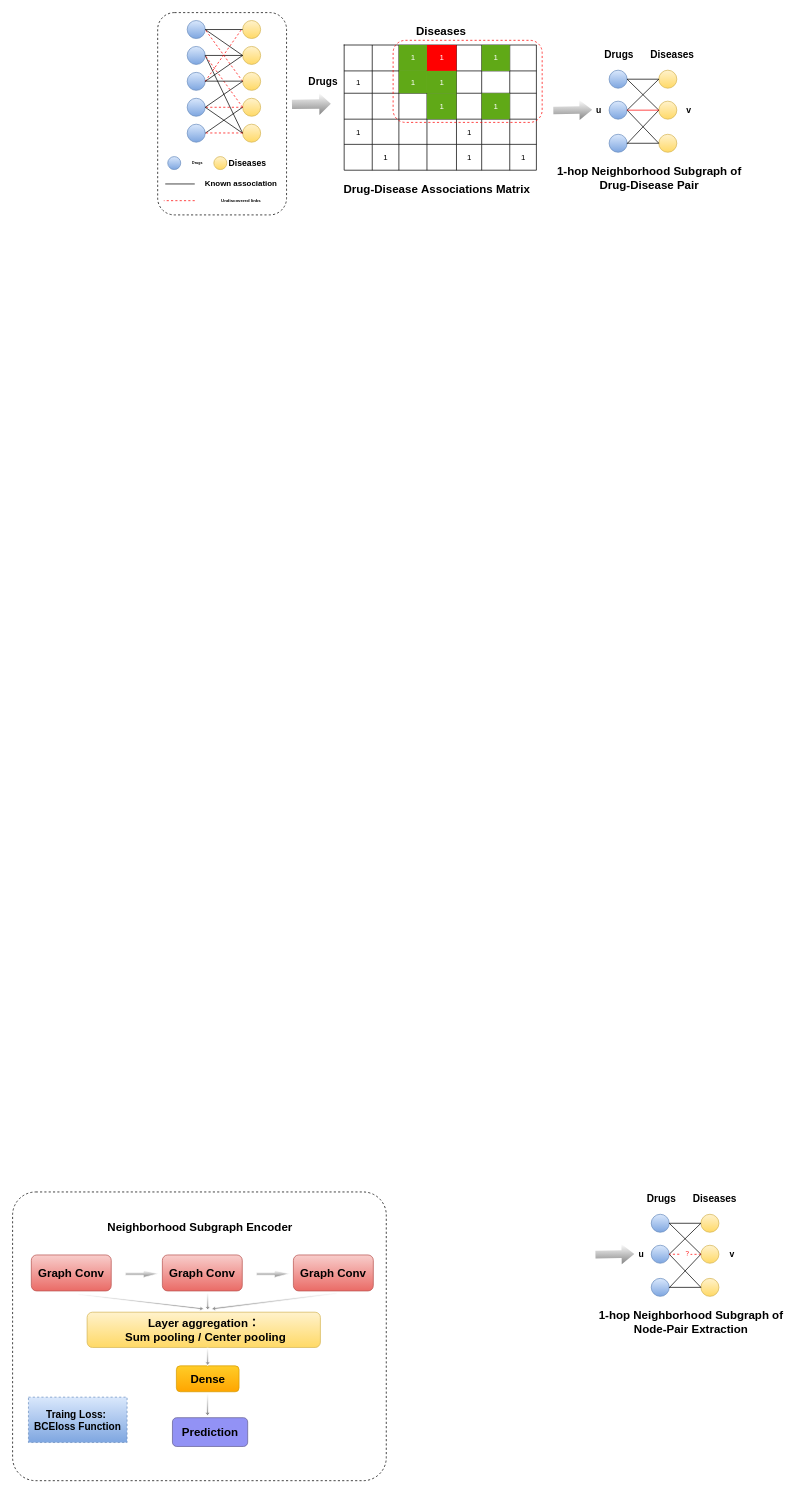
Earlier version of the draw.io diagram page "第 2 页" (2 of 4) of 未命名绘图.drawio (nanfengk/hello-world). Source tidied: cells renumbered, new cells numbered last; positions are measured from the earlier drawing's top-left corner, leaving out a move shared by most shapes. Both pictures are drawn from the tidied source at 72%, with x=0, y=0 at pixel (12, 12).
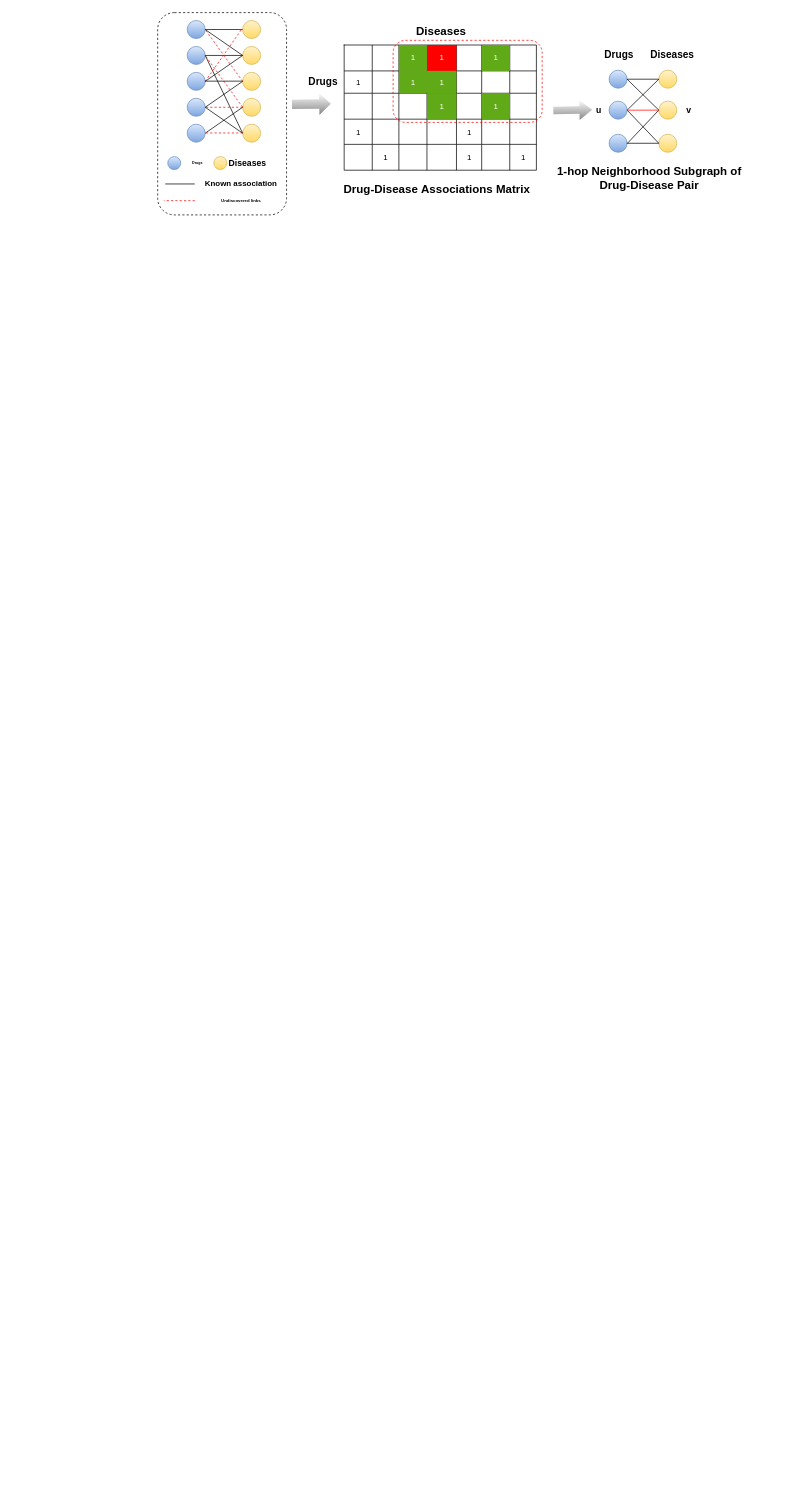
The same page after the edit.

Diff of the diagram source:
```diff
@@
-    <mxCell id="100" style="ellipse;whiteSpace=wrap;html=1;rounded=0;sketch=0;strokeWidth=1;fillColor=#dae8fc;strokeColor=#6c8ebf;gradientColor=#7ea6e0;" parent="1" vertex="1">
-      <mxGeometry x="887" y="1669" width="25" height="25" as="geometry" />
-    </mxCell>
-    <mxCell id="101" style="ellipse;whiteSpace=wrap;html=1;rounded=0;sketch=0;strokeWidth=1;fillColor=#fff2cc;strokeColor=#d6b656;gradientColor=#ffd966;" parent="1" vertex="1">
-      <mxGeometry x="956" y="1669" width="25" height="25" as="geometry" />
-    </mxCell>
-    <mxCell id="102" style="ellipse;whiteSpace=wrap;html=1;rounded=0;sketch=0;strokeWidth=1;fillColor=#dae8fc;strokeColor=#6c8ebf;gradientColor=#7ea6e0;" parent="1" vertex="1">
-      <mxGeometry x="887" y="1712" width="25" height="25" as="geometry" />
-    </mxCell>
-    <mxCell id="103" style="ellipse;whiteSpace=wrap;html=1;rounded=0;sketch=0;strokeWidth=1;fillColor=#dae8fc;strokeColor=#6c8ebf;gradientColor=#7ea6e0;" parent="1" vertex="1">
-      <mxGeometry x="887" y="1758" width="25" height="25" as="geometry" />
-    </mxCell>
-    <mxCell id="104" style="ellipse;whiteSpace=wrap;html=1;rounded=0;sketch=0;strokeWidth=1;fillColor=#fff2cc;strokeColor=#d6b656;gradientColor=#ffd966;" parent="1" vertex="1">
-      <mxGeometry x="956" y="1758" width="25" height="25" as="geometry" />
-    </mxCell>
-    <mxCell id="105" style="ellipse;whiteSpace=wrap;html=1;rounded=0;sketch=0;strokeWidth=1;fillColor=#fff2cc;strokeColor=#d6b656;gradientColor=#ffd966;" parent="1" vertex="1">
-      <mxGeometry x="956" y="1712" width="25" height="25" as="geometry" />
-    </mxCell>
-    <mxCell id="106" value="&lt;font color=&quot;#000000&quot;&gt;&lt;b&gt;u&lt;/b&gt;&lt;/font&gt;" style="text;html=1;align=center;verticalAlign=middle;strokeColor=none;fillColor=none;fontSize=12;fontColor=#FF0000;" parent="1" vertex="1">
-      <mxGeometry x="864" y="1715.5" width="17" height="18" as="geometry" />
-    </mxCell>
-    <mxCell id="107" value="&lt;font color=&quot;#000000&quot;&gt;&lt;b&gt;v&lt;/b&gt;&lt;/font&gt;" style="text;html=1;align=center;verticalAlign=middle;strokeColor=none;fillColor=none;fontSize=12;fontColor=#FF0000;" parent="1" vertex="1">
-      <mxGeometry x="990.5" y="1715.5" width="16" height="18" as="geometry" />
-    </mxCell>
-    <mxCell id="108" value="&lt;b&gt;&lt;font style=&quot;font-size: 14px&quot;&gt;Drugs&lt;/font&gt;&lt;/b&gt;" style="text;html=1;align=center;verticalAlign=middle;strokeColor=none;fillColor=none;fontSize=11;" parent="1" vertex="1">
-      <mxGeometry x="875.5" y="1638" width="50" height="17" as="geometry" />
-    </mxCell>
-    <mxCell id="109" value="&lt;b&gt;&lt;font style=&quot;font-size: 14px&quot;&gt;Diseases&lt;/font&gt;&lt;/b&gt;" style="text;html=1;align=center;verticalAlign=middle;strokeColor=none;fillColor=none;fontSize=11;" parent="1" vertex="1">
-      <mxGeometry x="939" y="1638" width="71" height="17" as="geometry" />
-    </mxCell>
-    <mxCell id="110" style="endArrow=none;html=1;rounded=1;labelBackgroundColor=none;sketch=0;fontSize=12;fontColor=#000000;strokeColor=#000000;strokeWidth=1;curved=0;exitX=0;exitY=0.5;exitDx=0;exitDy=0;entryX=1;entryY=0.5;entryDx=0;entryDy=0;" parent="1" edge="1" source="104" target="103">
-      <mxGeometry relative="1" as="geometry" />
-    </mxCell>
-    <mxCell id="111" style="endArrow=none;html=1;rounded=1;labelBackgroundColor=none;sketch=0;fontSize=12;fontColor=#000000;strokeColor=#000000;strokeWidth=1;curved=0;exitX=0;exitY=0.5;exitDx=0;exitDy=0;entryX=1;entryY=0.5;entryDx=0;entryDy=0;" parent="1" edge="1" source="101" target="102">
-      <mxGeometry relative="1" as="geometry" />
-    </mxCell>
-    <mxCell id="112" style="endArrow=none;html=1;rounded=1;labelBackgroundColor=none;sketch=0;fontSize=12;fontColor=#000000;strokeColor=#000000;strokeWidth=1;curved=0;exitX=0;exitY=0.5;exitDx=0;exitDy=0;entryX=1;entryY=0.5;entryDx=0;entryDy=0;" parent="1" edge="1" source="104" target="102">
-      <mxGeometry relative="1" as="geometry" />
-    </mxCell>
-    <mxCell id="113" style="endArrow=none;html=1;rounded=1;labelBackgroundColor=none;sketch=0;fontSize=12;fontColor=#000000;strokeColor=#000000;strokeWidth=1;curved=0;exitX=0;exitY=0.5;exitDx=0;exitDy=0;entryX=1;entryY=0.5;entryDx=0;entryDy=0;" parent="1" edge="1" source="101" target="100">
-      <mxGeometry relative="1" as="geometry" />
-    </mxCell>
-    <mxCell id="114" style="endArrow=none;html=1;rounded=1;labelBackgroundColor=none;sketch=0;fontSize=12;fontColor=#000000;strokeColor=#000000;strokeWidth=1;curved=0;exitX=0;exitY=0.5;exitDx=0;exitDy=0;entryX=1;entryY=0.5;entryDx=0;entryDy=0;" parent="1" edge="1" source="105" target="100">
-      <mxGeometry relative="1" as="geometry" />
-    </mxCell>
-    <mxCell id="115" style="endArrow=none;html=1;rounded=1;labelBackgroundColor=none;sketch=0;fontSize=12;fontColor=#000000;strokeColor=#000000;strokeWidth=1;curved=0;exitX=0;exitY=0.5;exitDx=0;exitDy=0;" parent="1" edge="1" source="105">
-      <mxGeometry relative="1" as="geometry">
-        <mxPoint x="912" y="1771" as="targetPoint" />
-      </mxGeometry>
-    </mxCell>
-    <mxCell id="116" style="endArrow=none;dashed=1;html=1;rounded=1;labelBackgroundColor=none;sketch=0;fontSize=9;fontColor=#FF0000;strokeColor=#FF0000;strokeWidth=1;curved=0;entryX=1;entryY=0.5;entryDx=0;entryDy=0;" parent="1" edge="1" source="118" target="102">
-      <mxGeometry relative="1" as="geometry" />
-    </mxCell>
-    <mxCell id="117" style="endArrow=none;dashed=1;html=1;rounded=1;labelBackgroundColor=none;sketch=0;fontSize=9;fontColor=#FF0000;strokeColor=#FF0000;strokeWidth=1;curved=0;entryX=0.973;entryY=0.6;entryDx=0;entryDy=0;exitX=0;exitY=0.5;exitDx=0;exitDy=0;entryPerimeter=0;" parent="1" edge="1" source="105">
-      <mxGeometry relative="1" as="geometry">
-        <mxPoint x="941.6" y="1724.7" as="targetPoint" />
-      </mxGeometry>
-    </mxCell>
-    <mxCell id="118" value="？" style="text;html=1;align=center;verticalAlign=middle;points=[];strokeColor=none;fillColor=none;fontSize=9;fontColor=#FF0000;" parent="1" vertex="1">
-      <mxGeometry x="926" y="1717" width="22" height="15" as="geometry" />
-    </mxCell>
-    <mxCell id="119" value="&lt;b&gt;&lt;font style=&quot;font-size: 16px&quot;&gt;&lt;font color=&quot;#000000&quot;&gt;1-hop&amp;nbsp;&lt;/font&gt;&lt;span style=&quot;color: rgb(0 , 0 , 0)&quot;&gt;Neighborhood Subgraph of &lt;br&gt;Node-Pair Extraction&lt;/span&gt;&lt;/font&gt;&lt;/b&gt;&lt;font color=&quot;#000000&quot;&gt;&lt;br&gt;&lt;/font&gt;" style="text;html=1;align=center;verticalAlign=middle;strokeColor=none;fillColor=none;fontSize=9;fontColor=#FF0000;" parent="1" vertex="1">
-      <mxGeometry x="809" y="1805" width="266" height="28" as="geometry" />
-    </mxCell>
-    <mxCell id="120" style="shape=flexArrow;endArrow=classic;html=1;rounded=1;labelBackgroundColor=none;sketch=0;fontSize=9;fontColor=#FF0000;strokeColor=none;strokeWidth=1;curved=0;fillColor=#858585;gradientColor=#ffffff;endWidth=16.380952380952383;endSize=5.576470588235295;width=10.588235294117647;gradientDirection=north;" parent="1" edge="1">
-      <mxGeometry relative="1" as="geometry">
-        <mxPoint x="809" y="1725" as="sourcePoint" />
-        <mxPoint x="864" y="1724" as="targetPoint" />
-      </mxGeometry>
-    </mxCell>
@@
-    <mxCell id="122" value="&lt;b&gt;&lt;font style=&quot;font-size: 16px&quot;&gt;Graph Conv&lt;/font&gt;&lt;/b&gt;" style="rounded=1;whiteSpace=wrap;html=1;shadow=0;sketch=0;fontSize=9;strokeColor=#b85450;strokeWidth=1;fillColor=#f8cecc;gradientColor=#ea6b66;" parent="1" vertex="1">
-      <mxGeometry x="26" y="1725.5" width="111" height="50" as="geometry" />
-    </mxCell>
-    <mxCell id="123" value="&lt;font style=&quot;font-size: 14px&quot;&gt;&lt;b&gt;Traing Loss:&amp;nbsp;&lt;/b&gt;&lt;br&gt;&lt;b&gt;BCEloss Function&lt;/b&gt;&lt;/font&gt;" style="rounded=0;whiteSpace=wrap;html=1;shadow=0;dashed=1;sketch=0;fontSize=9;strokeColor=#6c8ebf;strokeWidth=1;fillColor=#dae8fc;gradientColor=#7ea6e0;" parent="1" vertex="1">
-      <mxGeometry x="22" y="1923" width="137" height="63" as="geometry" />
-    </mxCell>
-    <mxCell id="124" style="shape=flexArrow;endArrow=classic;html=1;rounded=1;labelBackgroundColor=none;sketch=0;fontSize=9;fontColor=#000000;strokeColor=#FFFFFF;strokeWidth=1;fillColor=#858585;gradientColor=#ffffff;gradientDirection=north;curved=0;width=4.166666666666667;endSize=6.633333333333334;endWidth=4.861111111111111;" parent="1" edge="1">
-      <mxGeometry relative="1" as="geometry">
-        <mxPoint x="156" y="1751.7" as="sourcePoint" />
-        <mxPoint x="203" y="1751.7" as="targetPoint" />
-      </mxGeometry>
-    </mxCell>
-    <mxCell id="125" style="shape=flexArrow;endArrow=classic;html=1;rounded=1;labelBackgroundColor=none;sketch=0;fontSize=9;fontColor=#000000;strokeColor=#FFFFFF;strokeWidth=1;fillColor=#858585;gradientColor=#ffffff;gradientDirection=north;curved=0;width=4.166666666666667;endSize=6.633333333333334;endWidth=4.861111111111111;" parent="1" edge="1">
-      <mxGeometry relative="1" as="geometry">
-        <mxPoint x="338" y="1751.7" as="sourcePoint" />
-        <mxPoint x="385" y="1751.7" as="targetPoint" />
-      </mxGeometry>
-    </mxCell>
-    <mxCell id="126" style="endArrow=classic;html=1;rounded=1;labelBackgroundColor=none;sketch=0;fontSize=9;fontColor=#000000;strokeColor=#FFFFFF;strokeWidth=1;fillColor=#858585;gradientColor=#ffffff;gradientDirection=north;curved=0;startArrow=none;" parent="1" edge="1" source="127">
-      <mxGeometry relative="1" as="geometry">
-        <mxPoint x="293" y="1817.5" as="targetPoint" />
-      </mxGeometry>
-    </mxCell>
-    <mxCell id="127" value="&lt;b&gt;&lt;font style=&quot;font-size: 16px&quot;&gt;Layer aggregation：&lt;br&gt;&amp;nbsp;Sum pooling / Center pooling&lt;/font&gt;&lt;/b&gt;" style="rounded=1;whiteSpace=wrap;html=1;shadow=0;sketch=0;fontSize=9;strokeColor=#d6b656;strokeWidth=1;fillColor=#fff2cc;gradientColor=#ffd966;" parent="1" vertex="1">
-      <mxGeometry x="103.5" y="1805" width="324" height="49" as="geometry" />
-    </mxCell>
-    <mxCell id="128" value="&lt;b&gt;&lt;font style=&quot;font-size: 16px&quot;&gt;Dense&lt;/font&gt;&lt;/b&gt;" style="rounded=1;whiteSpace=wrap;html=1;shadow=0;sketch=0;fontSize=9;strokeColor=#d79b00;strokeWidth=1;fillColor=#ffcd28;gradientColor=#ffa500;" parent="1" vertex="1">
-      <mxGeometry x="227.5" y="1879.5" width="87" height="36" as="geometry" />
-    </mxCell>
-    <mxCell id="129" style="shape=flexArrow;endArrow=classic;html=1;rounded=1;labelBackgroundColor=none;sketch=0;fontSize=9;fontColor=#000000;strokeColor=#FFFFFF;strokeWidth=1;fillColor=#858585;gradientColor=#ffffff;gradientDirection=north;curved=0;width=2.380952380952381;endSize=1.3792307692307693;endWidth=3.2014652014652016;" parent="1" edge="1">
-      <mxGeometry relative="1" as="geometry">
-        <mxPoint x="90.5" y="1780" as="sourcePoint" />
-        <mxPoint x="266" y="1800.5" as="targetPoint" />
-      </mxGeometry>
-    </mxCell>
-    <mxCell id="130" style="shape=flexArrow;endArrow=classic;html=1;rounded=1;labelBackgroundColor=none;sketch=0;fontSize=9;fontColor=#000000;strokeColor=#FFFFFF;strokeWidth=1;fillColor=#858585;gradientColor=#ffffff;gradientDirection=north;curved=0;width=2.558139534883721;endSize=1.352325581395349;endWidth=4.860670194003528;" parent="1" edge="1">
-      <mxGeometry relative="1" as="geometry">
-        <mxPoint x="271" y="1777.5" as="sourcePoint" />
-        <mxPoint x="271" y="1802.5" as="targetPoint" />
-        <Array as="points">
-          <mxPoint x="271" y="1795.5" />
-        </Array>
-      </mxGeometry>
-    </mxCell>
-    <mxCell id="131" style="shape=flexArrow;endArrow=classic;html=1;rounded=1;labelBackgroundColor=none;sketch=0;fontSize=9;fontColor=#000000;strokeColor=#FFFFFF;strokeWidth=1;fillColor=#858585;gradientColor=#ffffff;gradientDirection=north;curved=0;width=2.380952380952381;endSize=1.3792307692307693;endWidth=3.2014652014652016;" parent="1" edge="1">
-      <mxGeometry relative="1" as="geometry">
-        <mxPoint x="451" y="1778.5" as="sourcePoint" />
-        <mxPoint x="276" y="1800.5" as="targetPoint" />
-      </mxGeometry>
-    </mxCell>
-    <mxCell id="132" style="shape=flexArrow;endArrow=classic;html=1;rounded=1;labelBackgroundColor=none;sketch=0;fontSize=9;fontColor=#000000;strokeColor=#FFFFFF;strokeWidth=1;fillColor=#858585;gradientColor=#ffffff;gradientDirection=north;curved=0;width=2.558139534883721;endSize=1.352325581395349;endWidth=4.860670194003528;" parent="1" edge="1">
-      <mxGeometry relative="1" as="geometry">
-        <mxPoint x="270.9" y="1854.5" as="sourcePoint" />
-        <mxPoint x="270.9" y="1879.5" as="targetPoint" />
-        <Array as="points">
-          <mxPoint x="270.9" y="1872.5" />
-        </Array>
-      </mxGeometry>
-    </mxCell>
-    <mxCell id="133" style="shape=flexArrow;endArrow=classic;html=1;rounded=1;labelBackgroundColor=none;sketch=0;fontSize=9;fontColor=#000000;strokeColor=#FFFFFF;strokeWidth=1;fillColor=#858585;gradientColor=#ffffff;gradientDirection=north;curved=0;width=2.558139534883721;endSize=1.352325581395349;endWidth=4.860670194003528;" parent="1" edge="1">
-      <mxGeometry relative="1" as="geometry">
-        <mxPoint x="271" y="1917.5" as="sourcePoint" />
-        <mxPoint x="270.8" y="1949.5" as="targetPoint" />
-        <Array as="points">
-          <mxPoint x="270.8" y="1942.5" />
-        </Array>
-      </mxGeometry>
-    </mxCell>
-    <mxCell id="134" value="&lt;font color=&quot;#000000&quot; style=&quot;font-size: 16px&quot;&gt;&lt;b&gt;Prediction&lt;/b&gt;&lt;/font&gt;" style="rounded=1;whiteSpace=wrap;html=1;shadow=0;sketch=0;fontSize=9;strokeColor=#655F94;strokeWidth=1;fillColor=#9292F5;" parent="1" vertex="1">
-      <mxGeometry x="222" y="1951.5" width="104.5" height="40" as="geometry" />
-    </mxCell>
-    <mxCell id="135" value="&lt;b&gt;&lt;font style=&quot;font-size: 16px&quot;&gt;Graph Conv&lt;/font&gt;&lt;/b&gt;" style="rounded=1;whiteSpace=wrap;html=1;shadow=0;sketch=0;fontSize=9;strokeColor=#b85450;strokeWidth=1;fillColor=#f8cecc;gradientColor=#ea6b66;" parent="1" vertex="1">
-      <mxGeometry x="208" y="1725.5" width="111" height="50" as="geometry" />
-    </mxCell>
-    <mxCell id="136" value="&lt;b&gt;&lt;font style=&quot;font-size: 16px&quot;&gt;Graph Conv&lt;/font&gt;&lt;/b&gt;" style="rounded=1;whiteSpace=wrap;html=1;shadow=0;sketch=0;fontSize=9;strokeColor=#b85450;strokeWidth=1;fillColor=#f8cecc;gradientColor=#ea6b66;" parent="1" vertex="1">
-      <mxGeometry x="390" y="1725.5" width="111" height="50" as="geometry" />
-    </mxCell>
-    <mxCell id="137" style="rounded=1;whiteSpace=wrap;html=1;fontSize=14;fillColor=none;dashed=1;arcSize=8;" parent="1" vertex="1">
-      <mxGeometry y="1638" width="519" height="401" as="geometry" />
-    </mxCell>
-    <mxCell id="138" value="&lt;p class=&quot;MsoNormal&quot; style=&quot;margin-top: 6.0pt ; line-height: 200%&quot;&gt;&lt;span lang=&quot;EN-US&quot; style=&quot;line-height: 200%&quot;&gt;&lt;b&gt;&lt;font style=&quot;font-size: 16px&quot;&gt;Neighborhood Subgraph Encoder&lt;/font&gt;&lt;/b&gt;&lt;/span&gt;&lt;/p&gt;" style="text;html=1;align=center;verticalAlign=middle;strokeColor=none;fillColor=none;fontSize=14;" parent="1" vertex="1">
-      <mxGeometry x="126" y="1662" width="267" height="55" as="geometry" />
-    </mxCell>
```
